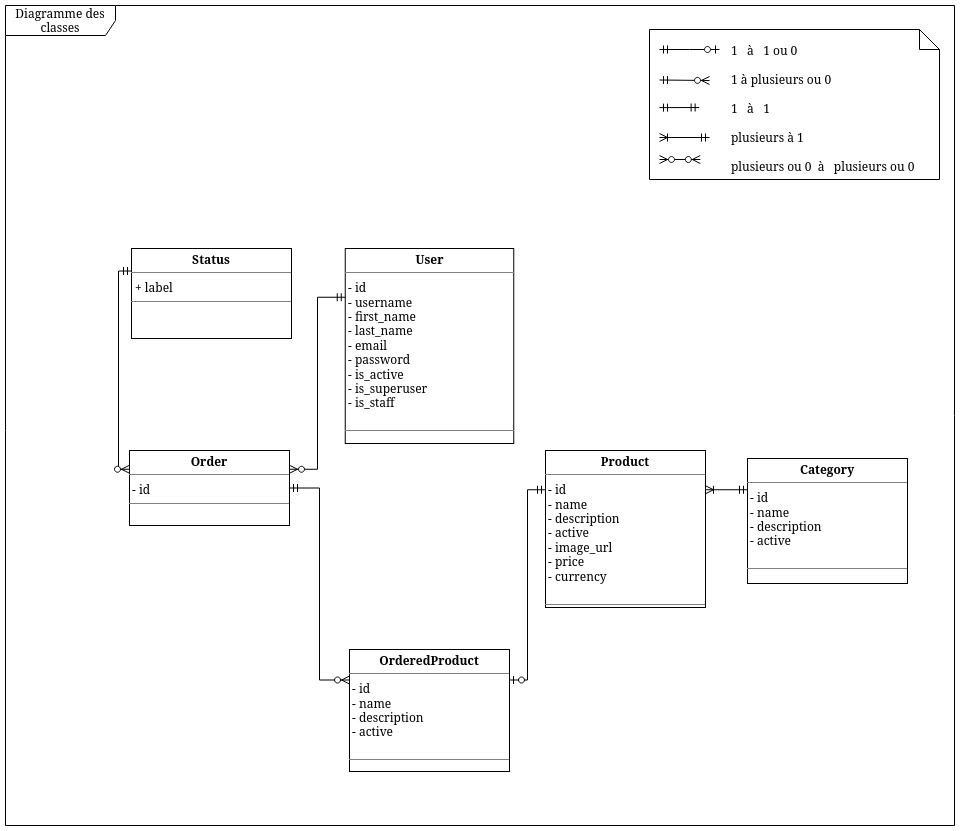
Ridoineel/shopapi-django keeps this draw.io diagram as assets/images/diagrams_shopapi.drawio.png. Above is the earlier version. Source tidied: cells renumbered, new cells last; positions are measured from the earlier drawing's top-left corner, leaving out a move shared by most shapes.
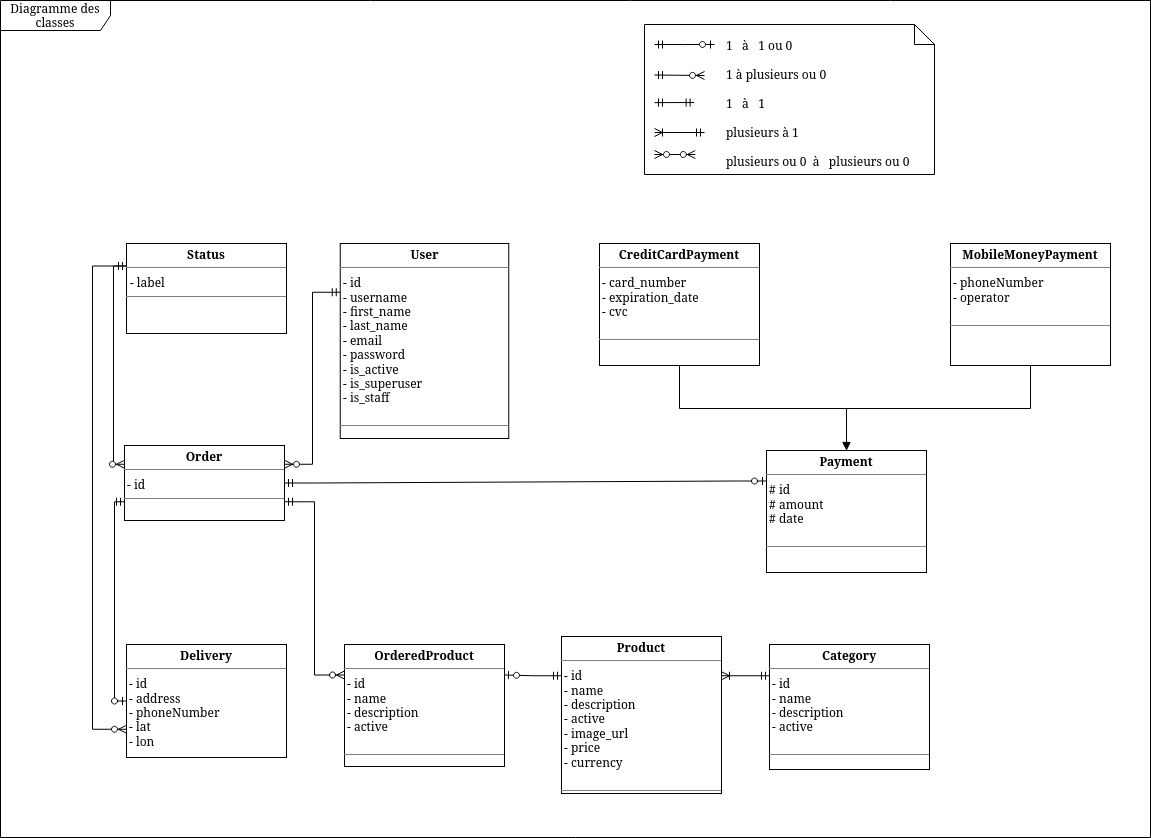
The same diagram one commit later.

What changed in the source:
```diff
@@ -3,12 +3,12 @@
     <mxCell id="0" />
     <mxCell id="1" parent="0" />
     <mxCell id="2" value="Diagramme des classes" style="shape=umlFrame;whiteSpace=wrap;html=1;width=110;height=30;fillColor=none;" parent="1" vertex="1">
-      <mxGeometry width="949" height="820" as="geometry" />
+      <mxGeometry width="1150" height="837" as="geometry" />
     </mxCell>
     <mxCell id="3" value="&lt;p style=&quot;margin:0px;margin-top:4px;text-align:center;&quot;&gt;&lt;b&gt;User&lt;/b&gt;&lt;/p&gt;&lt;hr size=&quot;1&quot;&gt;&lt;div&gt;&amp;nbsp;- id&lt;br&gt;&lt;/div&gt;&lt;div&gt;&amp;nbsp;- username&lt;/div&gt;&lt;div&gt;&amp;nbsp;- first_name&lt;br&gt;&lt;/div&gt;&lt;div&gt;&amp;nbsp;- last_name&lt;/div&gt;&lt;div&gt;&amp;nbsp;- email&lt;br&gt;&lt;/div&gt;&lt;div&gt;&amp;nbsp;- password&lt;/div&gt;&lt;div&gt;&amp;nbsp;- is_active&lt;/div&gt;&lt;div&gt;&amp;nbsp;- is_superuser&lt;/div&gt;&lt;div&gt;&amp;nbsp;- is_staff&lt;br&gt;&lt;/div&gt;&lt;p style=&quot;margin:0px;margin-left:4px;&quot;&gt;&lt;br&gt;&lt;/p&gt;&lt;hr size=&quot;1&quot;&gt;" style="verticalAlign=top;align=left;overflow=fill;fontSize=12;fontFamily=Helvetica;html=1;" parent="1" vertex="1">
       <mxGeometry x="339.8" y="243" width="168.5" height="195" as="geometry" />
     </mxCell>
-    <mxCell id="4" value="&lt;p style=&quot;margin:0px;margin-top:4px;text-align:center;&quot;&gt;&lt;b&gt;Status&lt;/b&gt;&lt;/p&gt;&lt;hr size=&quot;1&quot;&gt;&lt;p style=&quot;margin:0px;margin-left:4px;&quot;&gt;+ label&lt;br&gt;&lt;/p&gt;&lt;hr size=&quot;1&quot;&gt;&lt;p style=&quot;margin:0px;margin-left:4px;&quot;&gt;&lt;br&gt;&lt;/p&gt;" style="verticalAlign=top;align=left;overflow=fill;fontSize=12;fontFamily=Helvetica;html=1;" parent="1" vertex="1">
+    <mxCell id="4" value="&lt;p style=&quot;margin:0px;margin-top:4px;text-align:center;&quot;&gt;&lt;b&gt;Status&lt;/b&gt;&lt;/p&gt;&lt;hr size=&quot;1&quot;&gt;&lt;p style=&quot;margin:0px;margin-left:4px;&quot;&gt;- label&lt;br&gt;&lt;/p&gt;&lt;hr size=&quot;1&quot;&gt;&lt;p style=&quot;margin:0px;margin-left:4px;&quot;&gt;&lt;br&gt;&lt;/p&gt;" style="verticalAlign=top;align=left;overflow=fill;fontSize=12;fontFamily=Helvetica;html=1;" parent="1" vertex="1">
       <mxGeometry x="126" y="243" width="160" height="90" as="geometry" />
     </mxCell>
     <mxCell id="5" style="shape=note;size=20;whiteSpace=wrap;html=1;fillColor=none;" parent="1" vertex="1">
@@ -48,10 +48,10 @@
       <mxGeometry x="724" y="38" width="190" height="130" as="geometry" />
     </mxCell>
     <mxCell id="12" value="&lt;p style=&quot;margin:0px;margin-top:4px;text-align:center;&quot;&gt;&lt;b&gt;Category&lt;/b&gt;&lt;/p&gt;&lt;hr size=&quot;1&quot;&gt;&lt;div&gt;&amp;nbsp;- id&lt;br&gt;&lt;/div&gt;&lt;div&gt;&amp;nbsp;- name&lt;/div&gt;&lt;div&gt;&amp;nbsp;- description&lt;/div&gt;&lt;div&gt;&amp;nbsp;- active&lt;br&gt;&lt;/div&gt;&lt;p style=&quot;margin:0px;margin-left:4px;&quot;&gt;&lt;br&gt;&lt;/p&gt;&lt;hr size=&quot;1&quot;&gt;" style="verticalAlign=top;align=left;overflow=fill;fontSize=12;fontFamily=Helvetica;html=1;" parent="1" vertex="1">
-      <mxGeometry x="742" y="453" width="160" height="125" as="geometry" />
+      <mxGeometry x="769" y="644" width="160" height="125" as="geometry" />
     </mxCell>
     <mxCell id="13" value="&lt;p style=&quot;margin:0px;margin-top:4px;text-align:center;&quot;&gt;&lt;b&gt;Product&lt;/b&gt;&lt;br&gt;&lt;/p&gt;&lt;hr size=&quot;1&quot;&gt;&lt;div&gt;&amp;nbsp;- id&lt;br&gt;&lt;/div&gt;&lt;div&gt;&amp;nbsp;- name&lt;/div&gt;&lt;div&gt;&amp;nbsp;- description&lt;/div&gt;&lt;div&gt;&amp;nbsp;- active&lt;/div&gt;&lt;div&gt;&amp;nbsp;- image_url&lt;br&gt;&lt;/div&gt;&lt;div&gt;&amp;nbsp;- price&lt;/div&gt;&lt;div&gt;&amp;nbsp;- currency&lt;br&gt;&lt;/div&gt;&lt;p style=&quot;margin:0px;margin-left:4px;&quot;&gt;&lt;br&gt;&lt;/p&gt;&lt;hr size=&quot;1&quot;&gt;" style="verticalAlign=top;align=left;overflow=fill;fontSize=12;fontFamily=Helvetica;html=1;" parent="1" vertex="1">
-      <mxGeometry x="540" y="445" width="160" height="157" as="geometry" />
+      <mxGeometry x="561" y="636" width="160" height="157" as="geometry" />
     </mxCell>
     <mxCell id="14" value="&lt;p style=&quot;margin:0px;margin-top:4px;text-align:center;&quot;&gt;&lt;b&gt;Order&lt;/b&gt;&lt;br&gt;&lt;/p&gt;&lt;hr size=&quot;1&quot;&gt;&lt;div&gt;&amp;nbsp;- id&lt;br&gt;&lt;/div&gt;&lt;div&gt; &lt;/div&gt;&lt;hr size=&quot;1&quot;&gt;" style="verticalAlign=top;align=left;overflow=fill;fontSize=12;fontFamily=Helvetica;html=1;" parent="1" vertex="1">
       <mxGeometry x="124" y="445" width="160" height="75" as="geometry" />
@@ -62,7 +62,7 @@
     <mxCell id="16" style="edgeStyle=elbowEdgeStyle;fontSize=12;html=1;endArrow=ERzeroToOne;startArrow=ERmandOne;rounded=0;exitX=0;exitY=0.25;exitDx=0;exitDy=0;entryX=1;entryY=0.25;entryDx=0;entryDy=0;" parent="1" edge="1" source="13" target="15">
       <mxGeometry relative="1" as="geometry" />
     </mxCell>
-    <mxCell id="17" style="fontSize=12;html=1;endArrow=ERzeroToMany;startArrow=ERmandOne;rounded=0;exitX=1;exitY=0.5;exitDx=0;exitDy=0;entryX=0;entryY=0.25;entryDx=0;entryDy=0;edgeStyle=orthogonalEdgeStyle;" parent="1" edge="1" source="14" target="15">
+    <mxCell id="17" style="fontSize=12;html=1;endArrow=ERzeroToMany;startArrow=ERmandOne;rounded=0;exitX=1;exitY=0.75;exitDx=0;exitDy=0;entryX=0;entryY=0.25;entryDx=0;entryDy=0;edgeStyle=orthogonalEdgeStyle;" parent="1" edge="1" source="14" target="15">
       <mxGeometry relative="1" as="geometry" />
     </mxCell>
     <mxCell id="18" style="fontSize=12;html=1;endArrow=ERoneToMany;startArrow=ERmandOne;rounded=0;entryX=1;entryY=0.25;entryDx=0;entryDy=0;exitX=0;exitY=0.25;exitDx=0;exitDy=0;edgeStyle=orthogonalEdgeStyle;" parent="1" edge="1" source="12" target="13">
@@ -78,5 +78,36 @@
     <mxCell id="20" style="fontSize=12;html=1;endArrow=ERzeroToMany;startArrow=ERmandOne;rounded=0;exitX=0;exitY=0.25;exitDx=0;exitDy=0;entryX=1;entryY=0.25;entryDx=0;entryDy=0;edgeStyle=elbowEdgeStyle;" parent="1" edge="1" source="3" target="14">
       <mxGeometry relative="1" as="geometry" />
     </mxCell>
+    <mxCell id="21" value="&lt;p style=&quot;margin:0px;margin-top:4px;text-align:center;&quot;&gt;&lt;b&gt;Delivery&lt;/b&gt;&lt;br&gt;&lt;/p&gt;&lt;hr size=&quot;1&quot;&gt;&lt;div&gt;&amp;nbsp;- id&lt;br&gt;&lt;/div&gt;&lt;div&gt;&amp;nbsp;- address&lt;/div&gt;&lt;div&gt;&amp;nbsp;- phoneNumber&lt;br&gt;&lt;/div&gt;&lt;div&gt;&amp;nbsp;- lat&lt;/div&gt;&lt;div&gt;&amp;nbsp;- lon&lt;br&gt;&lt;/div&gt;&lt;p style=&quot;margin:0px;margin-left:4px;&quot;&gt;&lt;br&gt;&lt;/p&gt;&lt;hr size=&quot;1&quot;&gt;" style="verticalAlign=top;align=left;overflow=fill;fontSize=12;fontFamily=Helvetica;html=1;" parent="1" vertex="1">
+      <mxGeometry x="126" y="644" width="160" height="113" as="geometry" />
+    </mxCell>
+    <mxCell id="22" style="edgeStyle=orthogonalEdgeStyle;fontSize=12;html=1;endArrow=ERzeroToOne;startArrow=ERmandOne;rounded=0;entryX=0;entryY=0.5;entryDx=0;entryDy=0;exitX=0;exitY=0.75;exitDx=0;exitDy=0;" parent="1" edge="1" source="14" target="21">
+      <mxGeometry relative="1" as="geometry" />
+    </mxCell>
+    <mxCell id="23" style="fontSize=12;html=1;endArrow=ERzeroToMany;startArrow=ERmandOne;rounded=0;exitX=0;exitY=0.25;exitDx=0;exitDy=0;entryX=0;entryY=0.75;entryDx=0;entryDy=0;edgeStyle=elbowEdgeStyle;" parent="1" edge="1" source="4" target="21">
+      <mxGeometry relative="1" as="geometry">
+        <Array as="points">
+          <mxPoint x="92" y="483" />
+        </Array>
+      </mxGeometry>
+    </mxCell>
+    <mxCell id="24" style="edgeStyle=elbowEdgeStyle;rounded=0;jettySize=auto;html=1;exitX=0.5;exitY=1;exitDx=0;exitDy=0;entryX=0.5;entryY=0;entryDx=0;entryDy=0;endArrow=block;endFill=1;strokeWidth=1;elbow=vertical;" parent="1" edge="1" source="25" target="28">
+      <mxGeometry relative="1" as="geometry" />
+    </mxCell>
+    <mxCell id="25" value="&lt;p style=&quot;margin:0px;margin-top:4px;text-align:center;&quot;&gt;&lt;b&gt;CreditCardPayment&lt;/b&gt;&lt;br&gt;&lt;/p&gt;&lt;hr size=&quot;1&quot;&gt;&lt;div&gt;&amp;nbsp;- card_number&lt;/div&gt;&lt;div&gt;&amp;nbsp;- expiration_date&lt;/div&gt;&lt;div&gt;&amp;nbsp;- cvc&lt;/div&gt;&lt;p style=&quot;margin:0px;margin-left:4px;&quot;&gt;&lt;br&gt;&lt;/p&gt;&lt;hr size=&quot;1&quot;&gt;" style="verticalAlign=top;align=left;overflow=fill;fontSize=12;fontFamily=Helvetica;html=1;" parent="1" vertex="1">
+      <mxGeometry x="599" y="243" width="160" height="122" as="geometry" />
+    </mxCell>
+    <mxCell id="26" style="edgeStyle=elbowEdgeStyle;rounded=0;jettySize=auto;html=1;exitX=0.5;exitY=1;exitDx=0;exitDy=0;entryX=0.5;entryY=0;entryDx=0;entryDy=0;elbow=vertical;" parent="1" edge="1" source="27" target="28">
+      <mxGeometry relative="1" as="geometry" />
+    </mxCell>
+    <mxCell id="27" value="&lt;p style=&quot;margin:0px;margin-top:4px;text-align:center;&quot;&gt;&lt;b&gt;MobileMoneyPayment&lt;/b&gt;&lt;br&gt;&lt;/p&gt;&lt;hr size=&quot;1&quot;&gt;&lt;div&gt;&amp;nbsp;- phoneNumber&lt;/div&gt;&lt;div&gt;&amp;nbsp;- operator&lt;/div&gt;&lt;p style=&quot;margin:0px;margin-left:4px;&quot;&gt;&lt;br&gt;&lt;/p&gt;&lt;hr size=&quot;1&quot;&gt;" style="verticalAlign=top;align=left;overflow=fill;fontSize=12;fontFamily=Helvetica;html=1;" parent="1" vertex="1">
+      <mxGeometry x="950" y="243" width="160" height="122" as="geometry" />
+    </mxCell>
+    <mxCell id="28" value="&lt;p style=&quot;margin:0px;margin-top:4px;text-align:center;&quot;&gt;&lt;b&gt;Payment&lt;/b&gt;&lt;br&gt;&lt;/p&gt;&lt;hr size=&quot;1&quot;&gt;&lt;div&gt;&amp;nbsp;# id&lt;br&gt;&lt;/div&gt;&lt;div&gt;&amp;nbsp;# amount&lt;/div&gt;&lt;div&gt;&amp;nbsp;# date&lt;br&gt;&lt;/div&gt;&lt;p style=&quot;margin:0px;margin-left:4px;&quot;&gt;&lt;br&gt;&lt;/p&gt;&lt;hr size=&quot;1&quot;&gt;" style="verticalAlign=top;align=left;overflow=fill;fontSize=12;fontFamily=Helvetica;html=1;" parent="1" vertex="1">
+      <mxGeometry x="766" y="450" width="160" height="122" as="geometry" />
+    </mxCell>
+    <mxCell id="29" style="edgeStyle=entityRelationEdgeStyle;fontSize=12;html=1;endArrow=ERzeroToOne;startArrow=ERmandOne;rounded=0;exitX=1;exitY=0.5;exitDx=0;exitDy=0;entryX=0;entryY=0.25;entryDx=0;entryDy=0;" parent="1" edge="1" source="14" target="28">
+      <mxGeometry relative="1" as="geometry" />
+    </mxCell>
   </root>
 </mxGraphModel>
```
